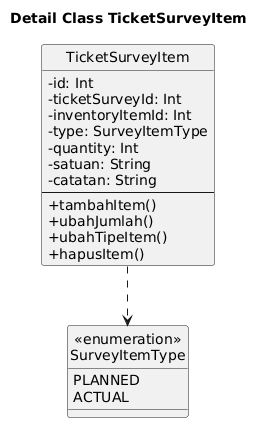
The PlantUML diagram docs/plantuml/detail-classes/detail-class-ticket-survey-item.png in janbu12/nemafi-be, before a commit. Its diagram source:
```plantuml
@startuml
title Detail Class TicketSurveyItem

skinparam classAttributeIconSize 0
hide circle

class TicketSurveyItem {
  - id: Int
  - ticketSurveyId: Int
  - inventoryItemId: Int
  - type: SurveyItemType
  - quantity: Int
  - satuan: String
  - catatan: String
  --
  + tambahItem()
  + ubahJumlah()
  + ubahTipeItem()
  + hapusItem()
}

class "«enumeration»\nSurveyItemType" as SurveyItemType {
  PLANNED
  ACTUAL
}

TicketSurveyItem ..> SurveyItemType
@enduml
```
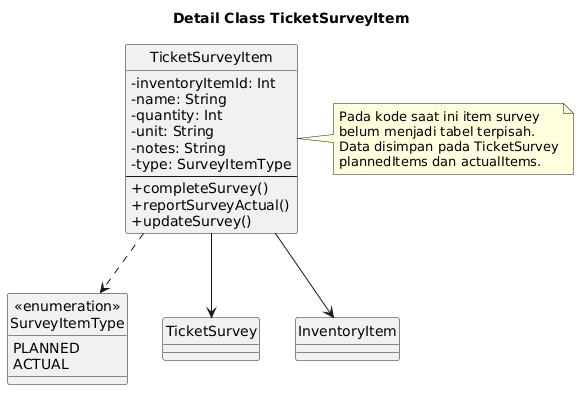
Above is the later version.

Diff of the diagram source:
```diff
@@ -2,21 +2,21 @@
 title Detail Class TicketSurveyItem
 
 skinparam classAttributeIconSize 0
+skinparam shadowing false
+skinparam defaultFontName "Times New Roman"
 hide circle
 
 class TicketSurveyItem {
-  - id: Int
-  - ticketSurveyId: Int
   - inventoryItemId: Int
+  - name: String
+  - quantity: Int
+  - unit: String
+  - notes: String
   - type: SurveyItemType
-  - quantity: Int
-  - satuan: String
-  - catatan: String
   --
-  + tambahItem()
-  + ubahJumlah()
-  + ubahTipeItem()
-  + hapusItem()
+  + completeSurvey()
+  + reportSurveyActual()
+  + updateSurvey()
 }
 
 class "«enumeration»\nSurveyItemType" as SurveyItemType {
@@ -24,5 +24,14 @@
   ACTUAL
 }
 
+note right of TicketSurveyItem
+Pada kode saat ini item survey
+belum menjadi tabel terpisah.
+Data disimpan pada TicketSurvey
+plannedItems dan actualItems.
+end note
+
 TicketSurveyItem ..> SurveyItemType
+TicketSurveyItem --> TicketSurvey
+TicketSurveyItem --> InventoryItem
 @enduml
```
